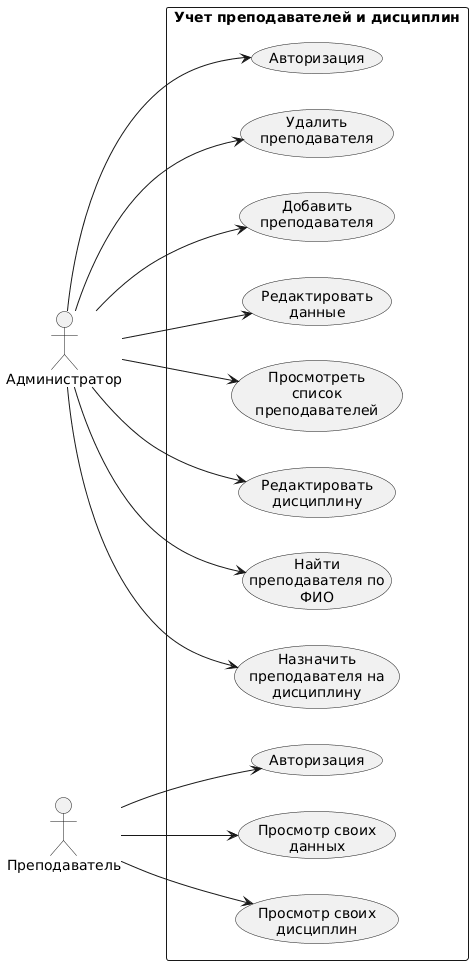
This is docs/diagrams/use_case.png from retttox/MyProject, a PlantUML export, as it was before one commit.
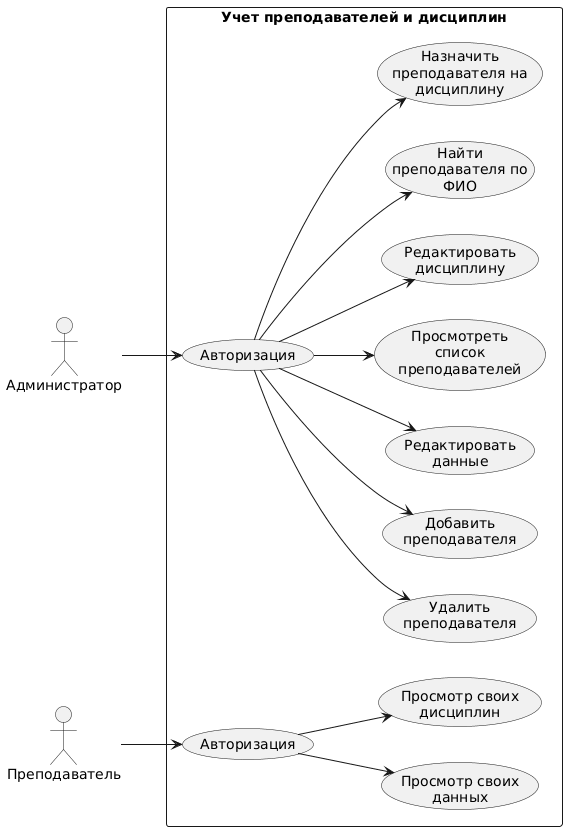
The same diagram one commit later.

Commit message:
Обновлена диаграмма Use Case

What changed in the source:
```diff
@@ -6,7 +6,9 @@
 actor "Преподаватель" as Teacher
 
 package "Учет преподавателей и дисциплин" {
-    usecase "Авторизация" as UC_Login_Admin
+    usecase "Авторизация" as UC_AuthAdmin
+    usecase "Авторизация" as UC_AuthTeacher
+
     usecase "Удалить\nпреподавателя" as UC_Delete
     usecase "Добавить\nпреподавателя" as UC_Add
     usecase "Редактировать\nданные" as UC_EditData
@@ -15,21 +17,20 @@
     usecase "Найти\nпреподавателя по\nФИО" as UC_Find
     usecase "Назначить\nпреподавателя на\nдисциплину" as UC_Assign
 
-    usecase "Авторизация" as UC_Login_Teacher
     usecase "Просмотр своих\nданных" as UC_ViewOwnData
     usecase "Просмотр своих\nдисциплин" as UC_ViewOwnDisciplines
 }
 
-Admin --> UC_Login_Admin
-Admin --> UC_Delete
-Admin --> UC_Add
-Admin --> UC_EditData
-Admin --> UC_ViewList
-Admin --> UC_EditDiscipline
-Admin --> UC_Find
-Admin --> UC_Assign
+Admin --> UC_AuthAdmin
+UC_AuthAdmin --> UC_Delete
+UC_AuthAdmin --> UC_Add
+UC_AuthAdmin --> UC_EditData
+UC_AuthAdmin --> UC_ViewList
+UC_AuthAdmin --> UC_EditDiscipline
+UC_AuthAdmin --> UC_Find
+UC_AuthAdmin --> UC_Assign
 
-Teacher --> UC_Login_Teacher
-Teacher --> UC_ViewOwnData
-Teacher --> UC_ViewOwnDisciplines
+Teacher --> UC_AuthTeacher
+UC_AuthTeacher --> UC_ViewOwnData
+UC_AuthTeacher --> UC_ViewOwnDisciplines
 @enduml
```
